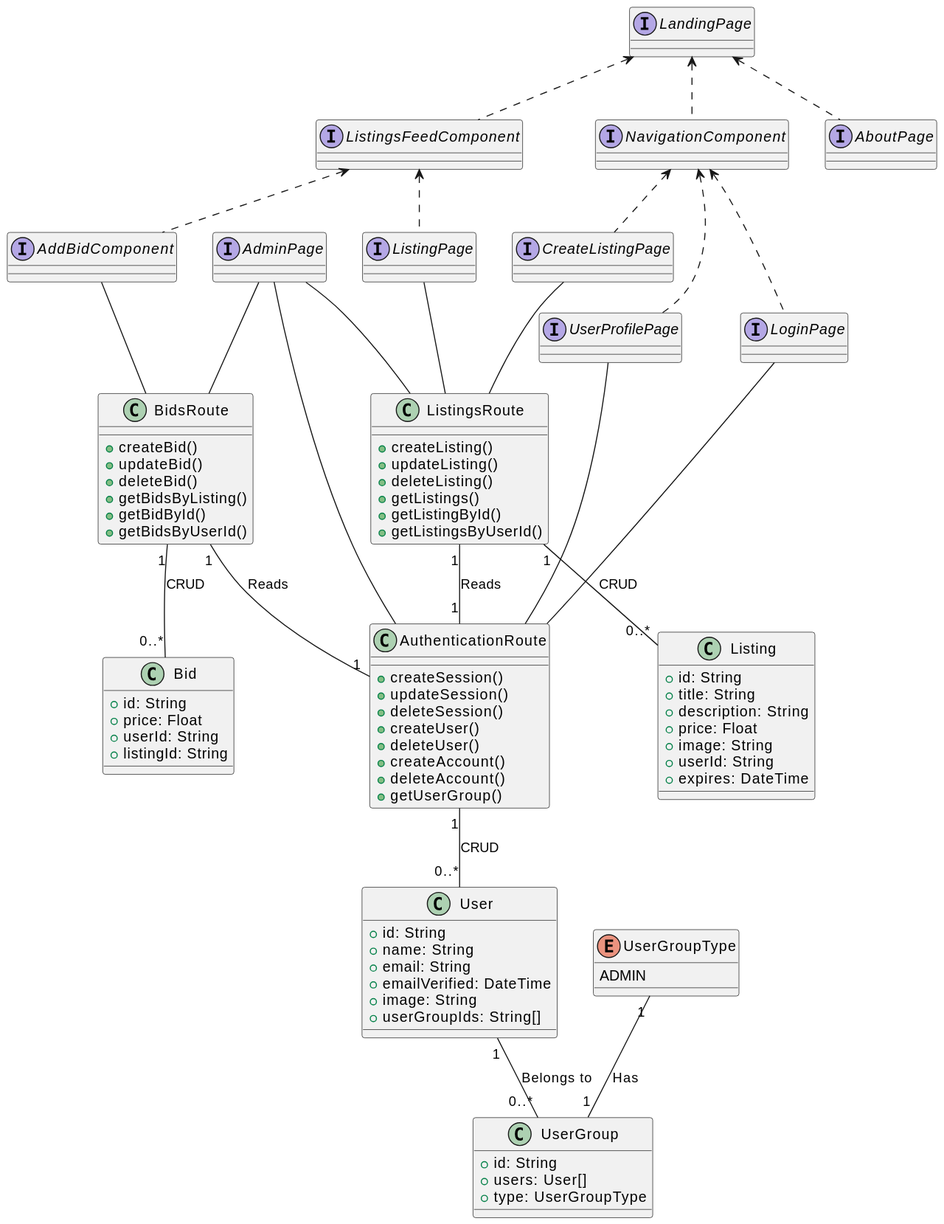
Earlier version of the PlantUML export uml/out/ClassDiagram.svg (martinmiglio/CS471-Project).
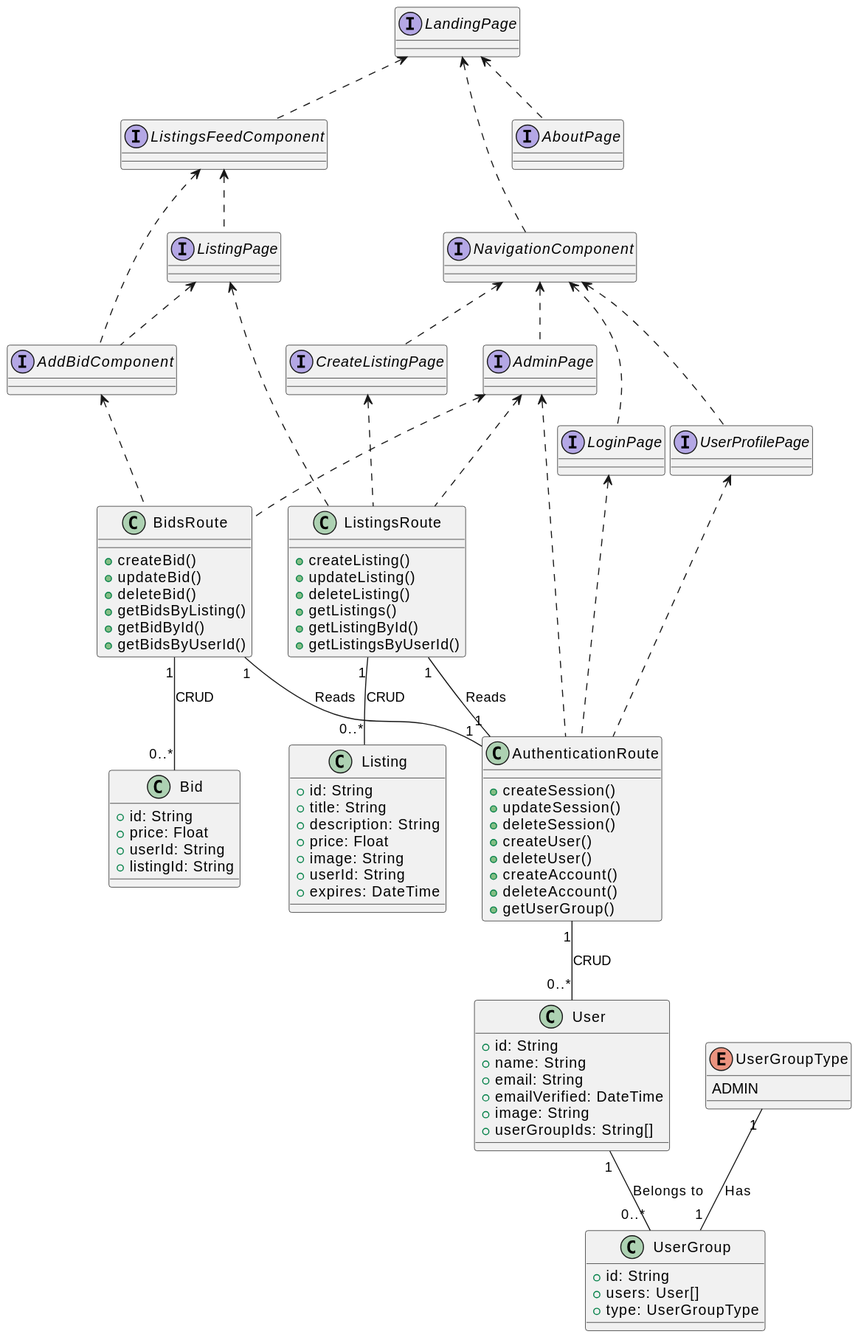
Later version of the same file.

Commit message:
Generated SVG images for PlantUML diagrams

Diff of the diagram source:
```diff
@@ -98,17 +98,18 @@
 NavigationComponent <.. LoginPage
 NavigationComponent <.. CreateListingPage
 NavigationComponent <.. UserProfilePage
+NavigationComponent <.. AdminPage
 
 ListingsFeedComponent <.. AddBidComponent
 ListingsFeedComponent <.. ListingPage
 
-
-LoginPage -- AuthenticationRoute
-ListingPage -- ListingsRoute
-CreateListingPage -- ListingsRoute
-UserProfilePage -- AuthenticationRoute
-AdminPage -- AuthenticationRoute
-AdminPage -- ListingsRoute
-AdminPage -- BidsRoute
-AddBidComponent -- BidsRoute
+ListingPage <.. AddBidComponent
+LoginPage <.. AuthenticationRoute
+ListingPage <.. ListingsRoute
+CreateListingPage <.. ListingsRoute
+UserProfilePage <.. AuthenticationRoute
+AdminPage <.. AuthenticationRoute
+AdminPage <.. ListingsRoute
+AdminPage <.. BidsRoute
+AddBidComponent <.. BidsRoute
 @enduml
```
